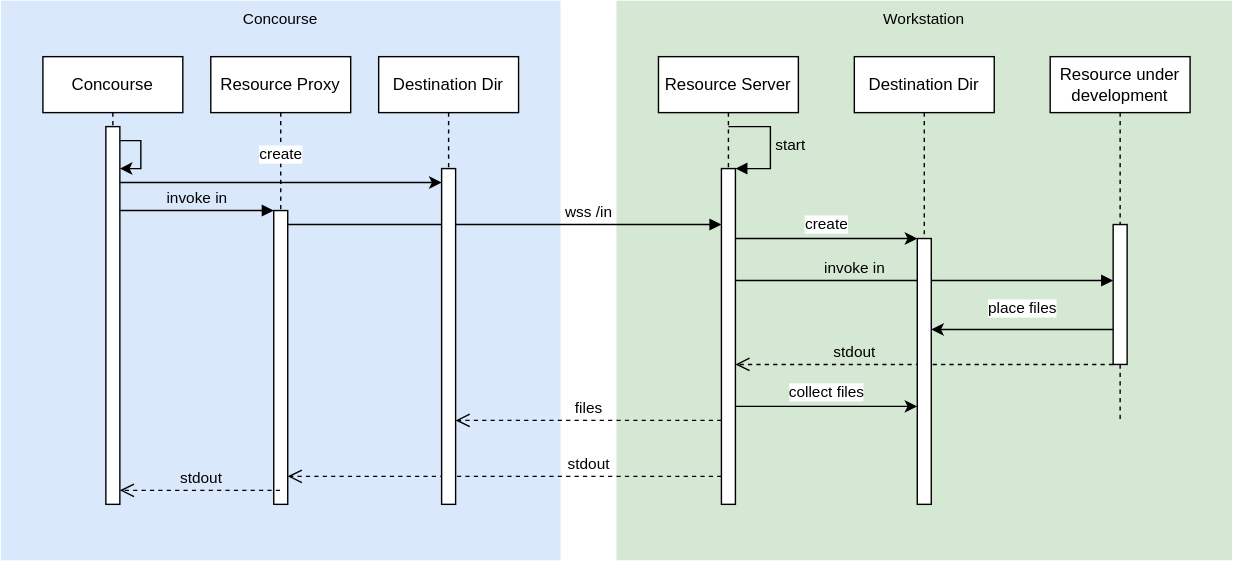
Earlier version of the draw.io export doc/architecture-in.drawio.svg (suhlig/concourse-resource-proxy). Source tidied: cells renumbered, new cells last; positions are measured from the earlier drawing's top-left corner, leaving out a move shared by most shapes.
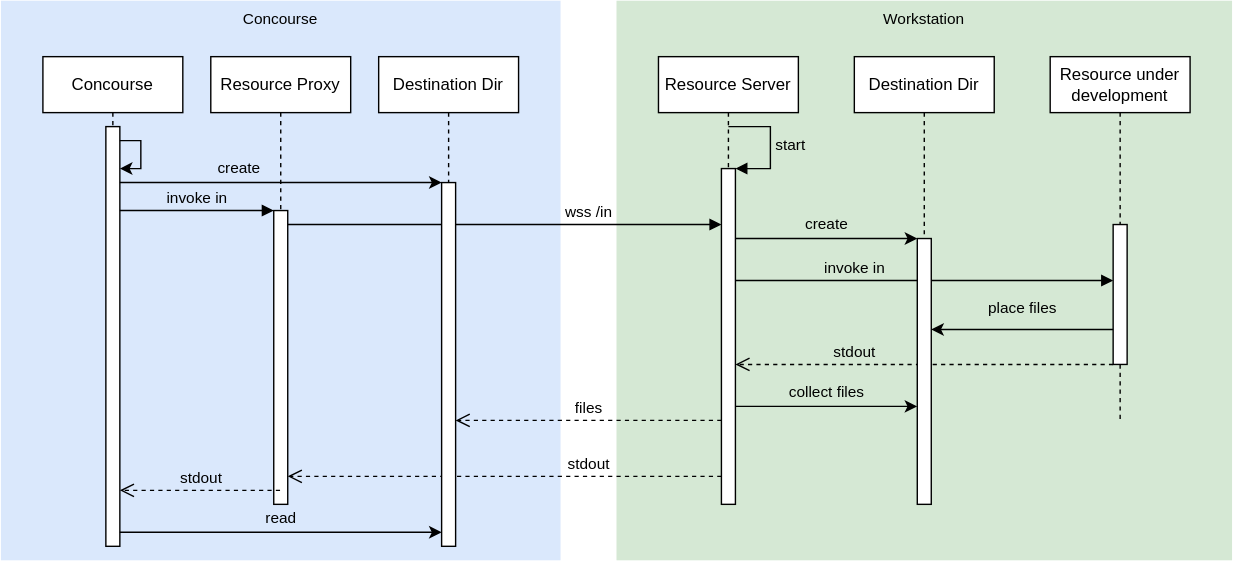
The same file after the commit.

Change to the diagram source:
```diff
@@ -9,10 +9,10 @@
       <mxGeometry width="400" height="400" as="geometry" />
     </mxCell>
     <mxCell id="4" value="Concourse" style="shape=umlLifeline;perimeter=lifelinePerimeter;whiteSpace=wrap;html=1;size=40;" parent="1" vertex="1">
-      <mxGeometry x="30" y="40" width="100" height="320" as="geometry" />
+      <mxGeometry x="30" y="40" width="100" height="350" as="geometry" />
     </mxCell>
     <mxCell id="5" style="html=1;points=[];perimeter=orthogonalPerimeter;" parent="4" vertex="1">
-      <mxGeometry x="45" y="50" width="10" height="270" as="geometry" />
+      <mxGeometry x="45" y="50" width="10" height="300" as="geometry" />
     </mxCell>
     <mxCell id="6" style="edgeStyle=orthogonalEdgeStyle;rounded=0;orthogonalLoop=1;jettySize=auto;html=1;labelBackgroundColor=none;fontFamily=Helvetica;fontSize=11;" parent="4" edge="1" source="5" target="5">
       <mxGeometry relative="1" as="geometry">
@@ -96,7 +96,7 @@
     <mxCell id="21" style="html=1;points=[];perimeter=orthogonalPerimeter;" parent="20" vertex="1">
       <mxGeometry x="45" y="130" width="10" height="190" as="geometry" />
     </mxCell>
-    <mxCell id="22" value="create" style="edgeStyle=orthogonalEdgeStyle;rounded=0;jettySize=auto;html=1;" parent="1" edge="1" source="10" target="21">
+    <mxCell id="22" value="create" style="edgeStyle=orthogonalEdgeStyle;rounded=0;jettySize=auto;html=1;labelBackgroundColor=none;" parent="1" edge="1" source="10" target="21">
       <mxGeometry y="10" relative="1" as="geometry">
         <Array as="points">
           <mxPoint x="590" y="170" />
@@ -104,7 +104,7 @@
         </Array>
       </mxGeometry>
     </mxCell>
-    <mxCell id="23" value="place files" style="edgeStyle=orthogonalEdgeStyle;rounded=0;jettySize=auto;html=1;" parent="1" edge="1" source="13" target="21">
+    <mxCell id="23" value="place files" style="edgeStyle=orthogonalEdgeStyle;rounded=0;jettySize=auto;html=1;labelBackgroundColor=none;" parent="1" edge="1" source="13" target="21">
       <mxGeometry y="-15" relative="1" as="geometry">
         <Array as="points">
           <mxPoint x="770" y="235" />
@@ -112,7 +112,7 @@
         </Array>
       </mxGeometry>
     </mxCell>
-    <mxCell id="24" value="collect files" style="edgeStyle=orthogonalEdgeStyle;rounded=0;jettySize=auto;html=1;" parent="1" edge="1" source="10" target="21">
+    <mxCell id="24" value="collect files" style="edgeStyle=orthogonalEdgeStyle;rounded=0;jettySize=auto;html=1;labelBackgroundColor=none;" parent="1" edge="1" source="10" target="21">
       <mxGeometry y="10" relative="1" as="geometry">
         <Array as="points">
           <mxPoint x="630" y="290" />
@@ -121,13 +121,13 @@
       </mxGeometry>
     </mxCell>
     <mxCell id="25" value="&lt;div&gt;Destination Dir&lt;/div&gt;" style="shape=umlLifeline;perimeter=lifelinePerimeter;whiteSpace=wrap;html=1;size=40;" parent="1" vertex="1">
-      <mxGeometry x="270" y="40" width="100" height="320" as="geometry" />
+      <mxGeometry x="270" y="40" width="100" height="350" as="geometry" />
     </mxCell>
     <mxCell id="26" style="html=1;points=[];perimeter=orthogonalPerimeter;" parent="25" vertex="1">
-      <mxGeometry x="45" y="80" width="10" height="240" as="geometry" />
+      <mxGeometry x="45" y="90" width="10" height="260" as="geometry" />
     </mxCell>
-    <mxCell id="27" value="create" style="edgeStyle=orthogonalEdgeStyle;rounded=0;jettySize=auto;html=1;" parent="1" edge="1" source="5" target="26">
-      <mxGeometry y="20" relative="1" as="geometry">
+    <mxCell id="27" value="create" style="edgeStyle=orthogonalEdgeStyle;rounded=0;jettySize=auto;html=1;labelBackgroundColor=none;" parent="1" edge="1" source="5" target="26">
+      <mxGeometry x="-0.26" y="10" relative="1" as="geometry">
         <Array as="points">
           <mxPoint x="260" y="130" />
           <mxPoint x="260" y="130" />
@@ -141,5 +141,13 @@
         </Array>
       </mxGeometry>
     </mxCell>
+    <mxCell id="29" value="read" style="edgeStyle=orthogonalEdgeStyle;rounded=0;jettySize=auto;html=1;labelBackgroundColor=none;" parent="1" edge="1" source="5" target="26">
+      <mxGeometry y="10" relative="1" as="geometry">
+        <Array as="points">
+          <mxPoint x="260" y="380" />
+          <mxPoint x="260" y="380" />
+        </Array>
+      </mxGeometry>
+    </mxCell>
   </root>
 </mxGraphModel>
```
